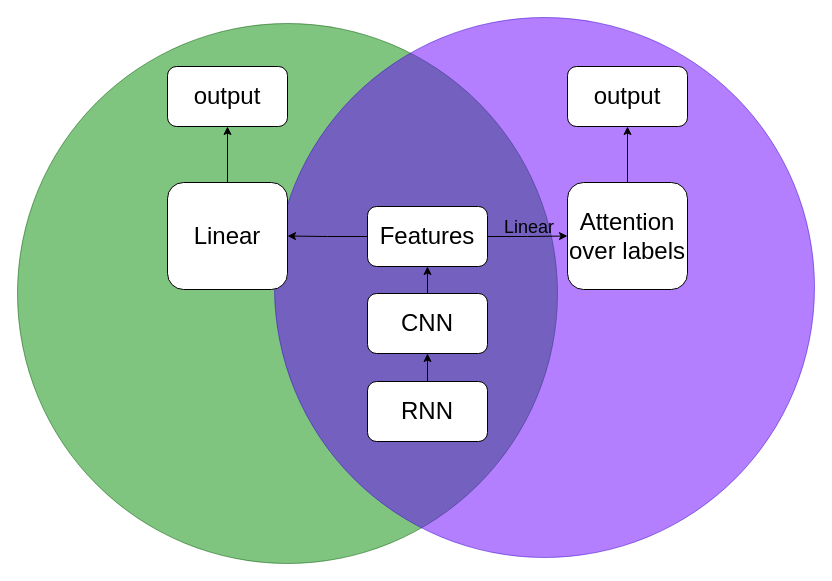
fpcsong/diagram keeps this draw.io diagram as 20190529mtl.drawio. Above is the earlier version. Source tidied: cells renumbered, new cells numbered last; positions are measured from the earlier drawing's top-left corner, leaving out a move shared by most shapes. Both pictures are drawn from the tidied source at 100%, with x=0, y=0 at pixel (17, 17).
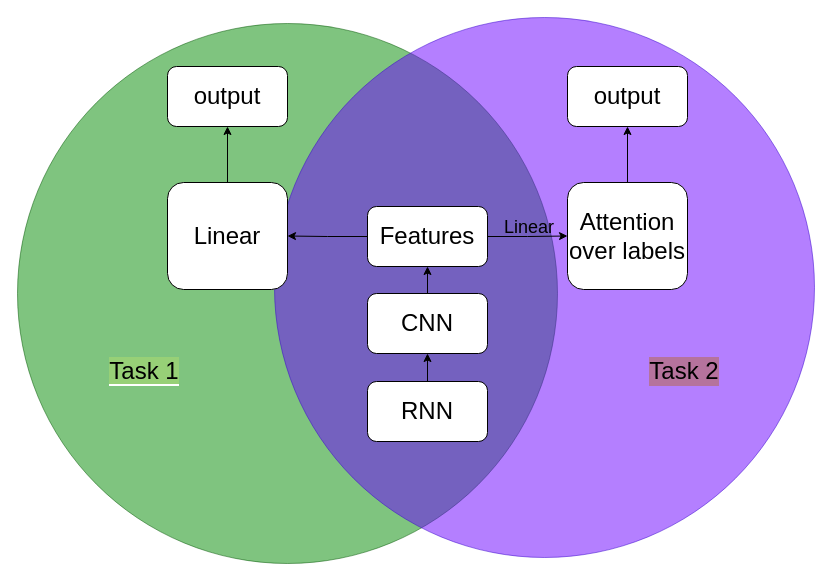
After the change.

Change to the diagram source:
```diff
@@
 <mxGraphModel>
   <root>
     <mxCell id="0" />
     <mxCell id="1" parent="0" />
     <mxCell id="2" style="ellipse;whiteSpace=wrap;html=1;fontSize=24;labelBackgroundColor=#ffffff;fillColor=#008a00;strokeColor=#005700;shadow=0;textOpacity=50;opacity=50;fontColor=#ffffff;" parent="1" vertex="1">
       <mxGeometry y="6" width="540" height="540" as="geometry" />
     </mxCell>
     <mxCell id="3" value="&lt;br&gt;&lt;br&gt;" style="ellipse;whiteSpace=wrap;html=1;fontSize=24;labelBackgroundColor=#ffffff;fillColor=#6a00ff;strokeColor=#3700CC;shadow=0;opacity=50;fontColor=#ffffff;" parent="1" vertex="1">
       <mxGeometry x="257" width="540" height="540" as="geometry" />
     </mxCell>
     <mxCell id="4" style="edgeStyle=orthogonalEdgeStyle;rounded=0;jettySize=auto;html=1;" parent="1" edge="1" source="5" target="7">
       <mxGeometry relative="1" as="geometry" />
     </mxCell>
     <mxCell id="5" value="&lt;font style=&quot;font-size: 24px&quot;&gt;RNN&lt;/font&gt;" style="rounded=1;whiteSpace=wrap;html=1;" parent="1" vertex="1">
       <mxGeometry x="350" y="364" width="120" height="60" as="geometry" />
     </mxCell>
     <mxCell id="6" style="edgeStyle=orthogonalEdgeStyle;rounded=0;jettySize=auto;html=1;" parent="1" edge="1" source="7" target="10">
       <mxGeometry relative="1" as="geometry" />
     </mxCell>
     <mxCell id="7" value="&lt;font style=&quot;font-size: 24px&quot;&gt;CNN&lt;/font&gt;" style="rounded=1;whiteSpace=wrap;html=1;" parent="1" vertex="1">
       <mxGeometry x="350" y="276" width="120" height="60" as="geometry" />
     </mxCell>
     <mxCell id="8" style="edgeStyle=orthogonalEdgeStyle;rounded=0;jettySize=auto;html=1;" parent="1" edge="1" source="10" target="15">
       <mxGeometry relative="1" as="geometry" />
     </mxCell>
     <mxCell id="9" style="edgeStyle=orthogonalEdgeStyle;rounded=0;jettySize=auto;html=1;" parent="1" edge="1" source="10" target="12">
       <mxGeometry relative="1" as="geometry" />
     </mxCell>
     <mxCell id="10" value="Features" style="rounded=1;whiteSpace=wrap;html=1;fontSize=24;" parent="1" vertex="1">
       <mxGeometry x="350" y="189" width="120" height="60" as="geometry" />
     </mxCell>
     <mxCell id="11" style="edgeStyle=orthogonalEdgeStyle;rounded=0;jettySize=auto;html=1;" parent="1" edge="1" source="12" target="13">
       <mxGeometry relative="1" as="geometry" />
     </mxCell>
     <mxCell id="12" value="&lt;font style=&quot;font-size: 24px&quot;&gt;Attention&lt;br&gt;over labels&lt;br&gt;&lt;/font&gt;" style="rounded=1;whiteSpace=wrap;html=1;" parent="1" vertex="1">
       <mxGeometry x="550" y="165" width="120" height="107" as="geometry" />
     </mxCell>
     <mxCell id="13" value="output" style="rounded=1;whiteSpace=wrap;html=1;fontSize=24;" parent="1" vertex="1">
       <mxGeometry x="550" y="49" width="120" height="60" as="geometry" />
     </mxCell>
     <mxCell id="14" style="edgeStyle=orthogonalEdgeStyle;rounded=0;jettySize=auto;html=1;" parent="1" edge="1" source="15" target="16">
       <mxGeometry relative="1" as="geometry" />
     </mxCell>
     <mxCell id="15" value="Linear" style="rounded=1;whiteSpace=wrap;html=1;fontSize=24;" parent="1" vertex="1">
       <mxGeometry x="150" y="165" width="120" height="107" as="geometry" />
     </mxCell>
     <mxCell id="16" value="output" style="rounded=1;whiteSpace=wrap;html=1;fontSize=24;" parent="1" vertex="1">
       <mxGeometry x="150" y="49" width="120" height="60" as="geometry" />
     </mxCell>
     <mxCell id="17" value="Linear" style="text;html=1;align=left;verticalAlign=top;spacingTop=-4;fontSize=18;" parent="1" vertex="1">
       <mxGeometry x="485" y="197" width="50" height="20" as="geometry" />
     </mxCell>
+    <mxCell id="18" value="&lt;span style=&quot;background-color: rgb(151 , 208 , 119)&quot;&gt;Task 1&lt;/span&gt;" style="text;html=1;strokeColor=none;fillColor=none;align=center;verticalAlign=middle;whiteSpace=wrap;rounded=0;shadow=0;labelBackgroundColor=#ffffff;fontSize=24;opacity=50;" parent="1" vertex="1">
+      <mxGeometry x="67" y="344" width="120" height="20" as="geometry" />
+    </mxCell>
+    <mxCell id="19" value="&lt;span style=&quot;&quot;&gt;Task 2&lt;br&gt;&lt;/span&gt;" style="text;html=1;strokeColor=none;fillColor=none;align=center;verticalAlign=middle;whiteSpace=wrap;rounded=0;shadow=0;labelBackgroundColor=#B5739D;fontSize=24;opacity=50;" parent="1" vertex="1">
+      <mxGeometry x="607" y="344" width="120" height="20" as="geometry" />
+    </mxCell>
   </root>
 </mxGraphModel>
```
